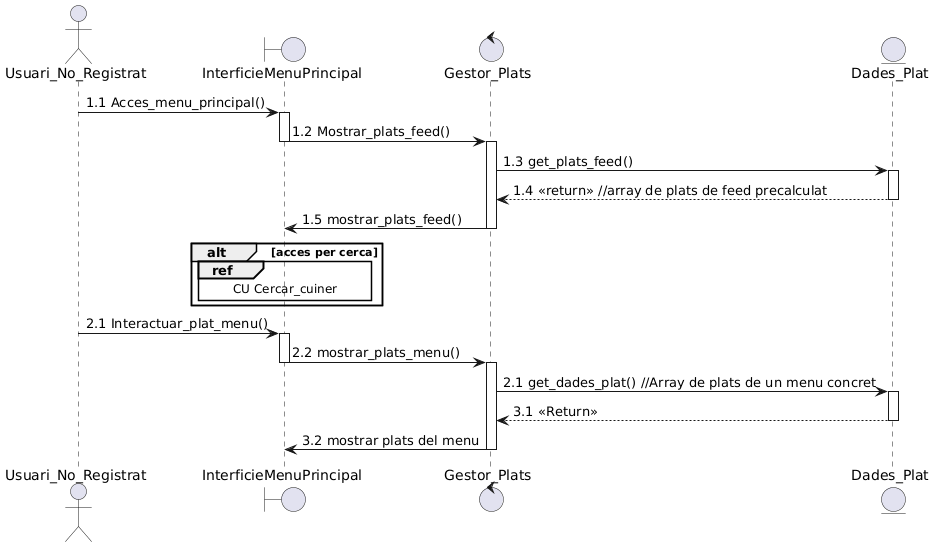
This is documents/Diagrames i Especificacions/Seqüencia/ALEJANDRO/1- Consultar Menu.png from martipages/ES23UAB431-02, a PlantUML export, as it was before one commit.
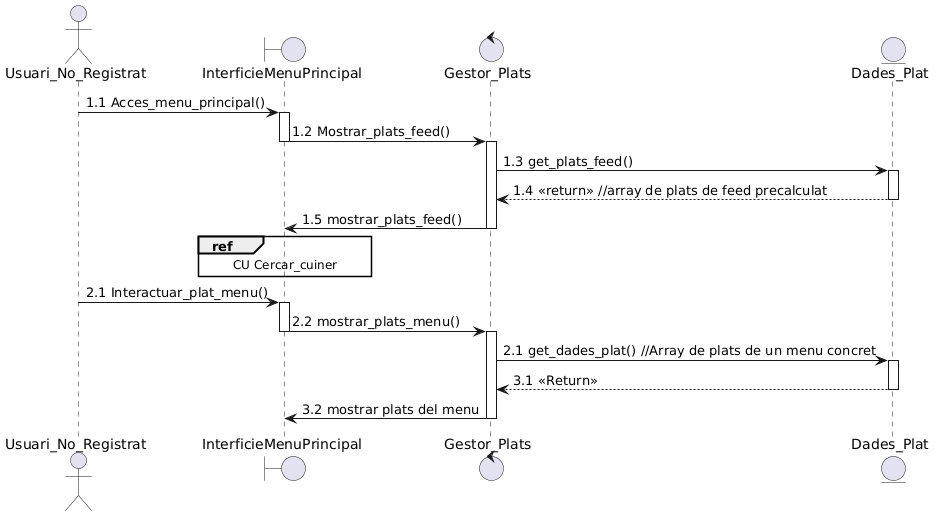
The same file after the commit.

Change to the diagram source:
```diff
@@ -10,9 +10,7 @@
 gestor -> Plat ++: 1.3 get_plats_feed()
 Plat --> gestor --: 1.4 <<return>> //array de plats de feed precalculat
 gestor -> interficie --: 1.5 mostrar_plats_feed()
-alt acces per cerca
 ref over interficie : CU Cercar_cuiner
-end
 UsuariN -> interficie ++: 2.1 Interactuar_plat_menu()
 interficie -> gestor --++: 2.2 mostrar_plats_menu()
 gestor -> Plat ++: 2.1 get_dades_plat() //Array de plats de un menu concret
```
